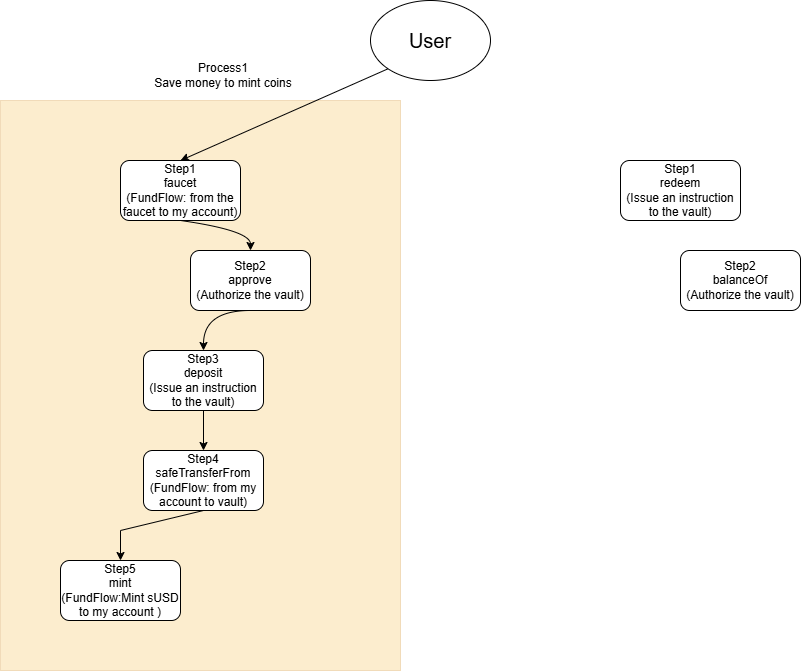
Above: architecture.png in xiaomangli69-max/stablecoin-lab-2026 (draw.io), before the change. Source tidied: cells renumbered, new cells last; positions are measured from the earlier drawing's top-left corner, leaving out a move shared by most shapes.
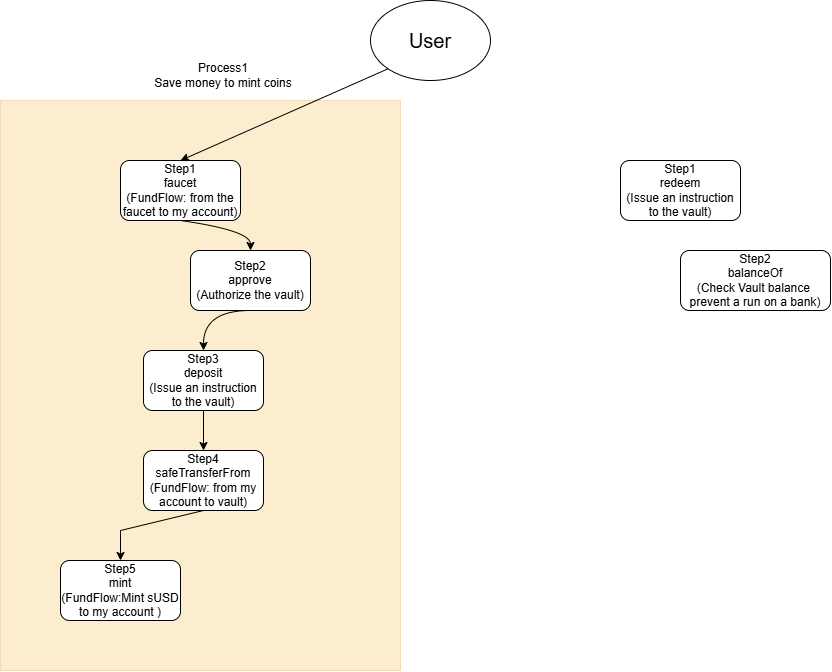
Above is the later version.

Change to the diagram source:
```diff
@@ -57,8 +57,8 @@
         </Array>
       </mxGeometry>
     </mxCell>
-    <mxCell id="16" value="Step2&lt;div&gt;balanceOf&lt;/div&gt;&lt;div&gt;(Authorize the vault)&lt;/div&gt;" style="rounded=1;whiteSpace=wrap;html=1;roundedPerimeter=1;" parent="1" vertex="1">
-      <mxGeometry x="680" y="250" width="120" height="60" as="geometry" />
+    <mxCell id="16" value="Step2&lt;div&gt;balanceOf&lt;/div&gt;&lt;div&gt;(Check Vault balance&amp;nbsp; prevent&amp;nbsp;&lt;span style=&quot;white-space: pre;&quot;&gt;a run on a bank&lt;/span&gt;)&lt;/div&gt;" style="rounded=1;whiteSpace=wrap;html=1;roundedPerimeter=1;" parent="1" vertex="1">
+      <mxGeometry x="680" y="250" width="150" height="60" as="geometry" />
     </mxCell>
   </root>
 </mxGraphModel>
```
